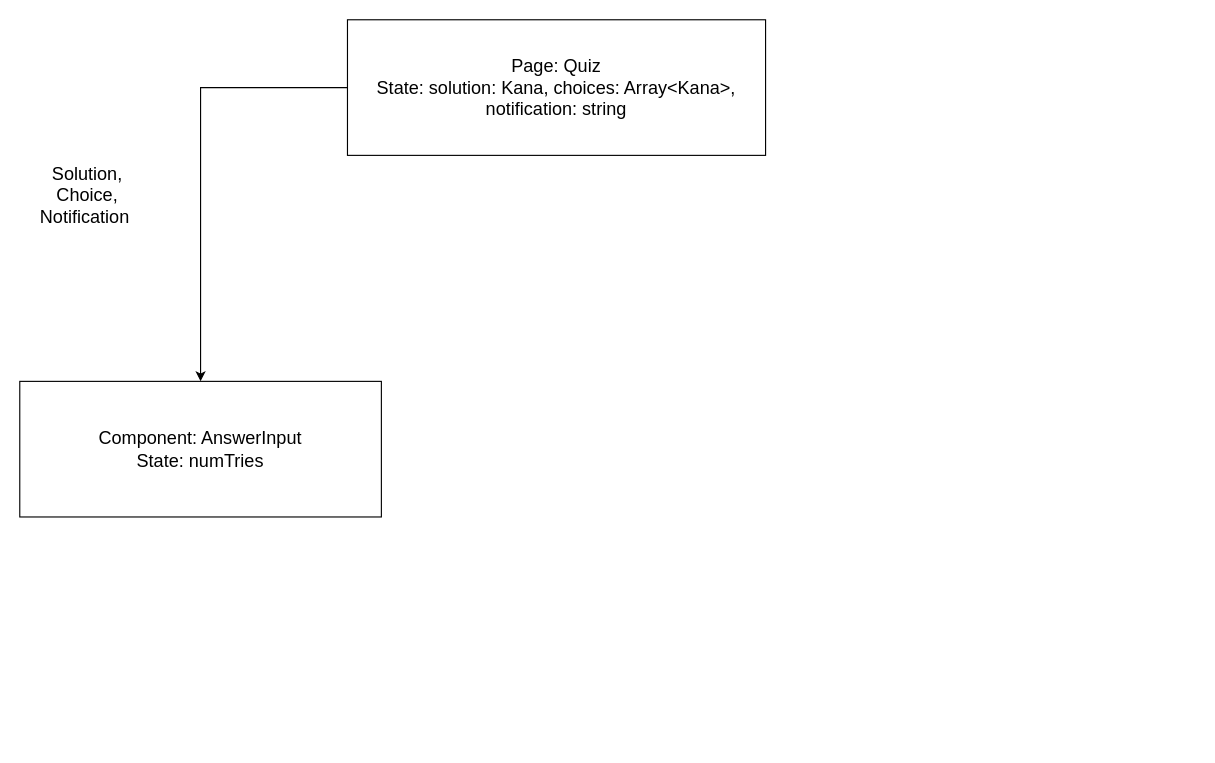
jdsmith104/endless-kana keeps this draw.io diagram as page "UI Component Tree" (3 of 6) of Endless Kana Design v0.drawio. Above is the earlier version. Source tidied: cells renumbered, new cells numbered last; positions are measured from the earlier drawing's top-left corner, leaving out a move shared by most shapes. Both pictures are drawn from the tidied source at 113%, with x=0, y=0 at pixel (19, 19).
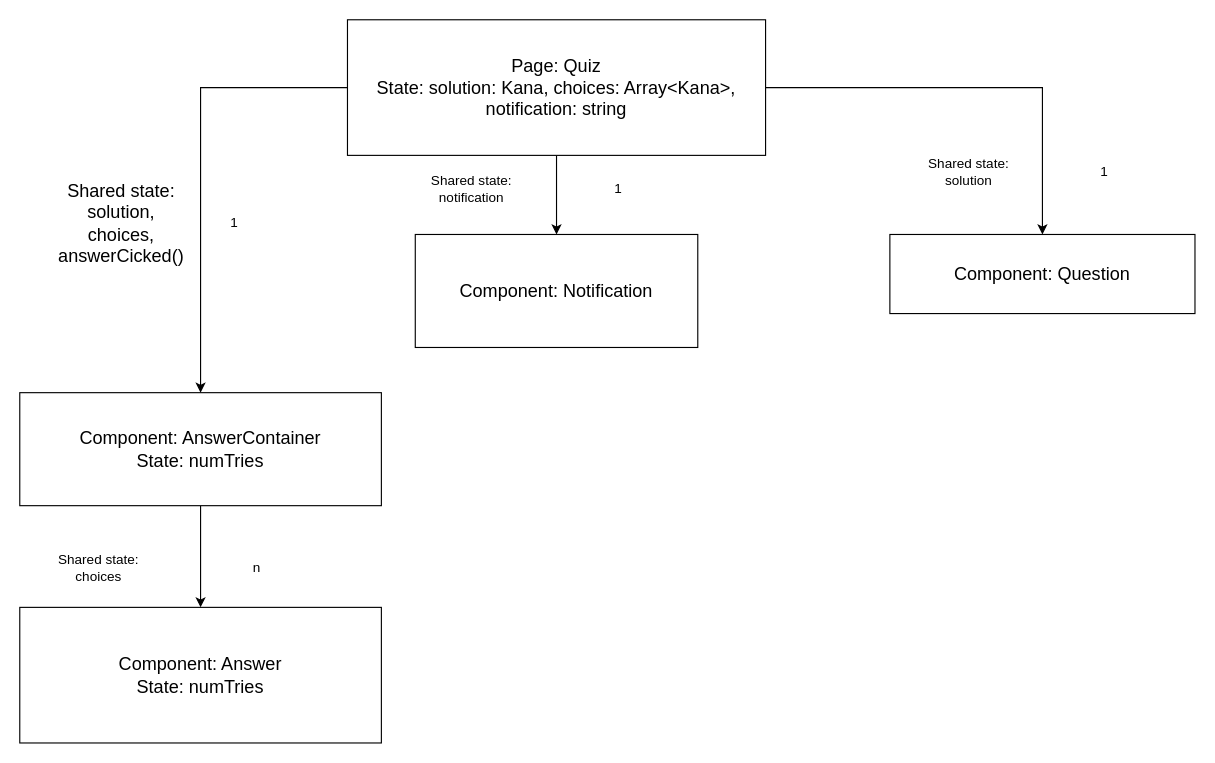
After the change.

Unchanged cells that the change refers to:
```xml
<mxCell id="3" value="Page: Quiz&lt;br&gt;State: solution: Kana, choices: Array&amp;lt;Kana&amp;gt;, notification: string" style="rounded=0;whiteSpace=wrap;html=1;fontSize=16;" parent="1" vertex="1">
  <mxGeometry x="290" width="370" height="120" as="geometry" />
</mxCell>
```

The edit, as a diff of the source:
```diff
@@
+    <mxCell id="6" style="edgeStyle=orthogonalEdgeStyle;rounded=0;jettySize=auto;html=1;" parent="1" edge="1" source="3" target="13">
+      <mxGeometry relative="1" as="geometry" />
+    </mxCell>
+    <mxCell id="7" style="edgeStyle=orthogonalEdgeStyle;rounded=0;jettySize=auto;html=1;entryX=0.5;entryY=0;entryDx=0;entryDy=0;" parent="1" edge="1" source="3" target="16">
+      <mxGeometry relative="1" as="geometry" />
+    </mxCell>
@@
+    <mxCell id="8" style="edgeStyle=orthogonalEdgeStyle;rounded=0;jettySize=auto;html=1;" parent="1" edge="1" source="4" target="10">
+      <mxGeometry relative="1" as="geometry" />
+    </mxCell>
-    <mxCell id="4" value="Component: AnswerInput&lt;br&gt;State: numTries" style="rounded=0;whiteSpace=wrap;html=1;fontSize=16;" parent="1" vertex="1">
-      <mxGeometry y="320" width="320" height="120" as="geometry" />
+    <mxCell id="4" value="Component: AnswerContainer&lt;br&gt;State: numTries" style="rounded=0;whiteSpace=wrap;html=1;fontSize=16;" parent="1" vertex="1">
+      <mxGeometry y="330" width="320" height="100" as="geometry" />
     </mxCell>
-    <mxCell id="5" value="Solution,&lt;br&gt;Choice,&lt;br&gt;Notification&amp;nbsp;" style="text;html=1;strokeColor=none;fillColor=none;align=center;verticalAlign=middle;whiteSpace=wrap;rounded=0;fontSize=16;" parent="1" vertex="1">
-      <mxGeometry x="30" y="140" width="60" height="30" as="geometry" />
+    <mxCell id="5" value="Shared state: solution,&lt;br&gt;choices,&lt;br&gt;answerCicked() " style="text;html=1;strokeColor=none;fillColor=none;align=center;verticalAlign=middle;whiteSpace=wrap;rounded=0;fontSize=16;" parent="1" vertex="1">
+      <mxGeometry x="20" y="130" width="140" height="100" as="geometry" />
     </mxCell>
+    <mxCell id="9" value="1" style="text;html=1;strokeColor=none;fillColor=none;align=center;verticalAlign=middle;whiteSpace=wrap;rounded=0;" parent="1" vertex="1">
+      <mxGeometry x="160" y="165" width="60" height="30" as="geometry" />
+    </mxCell>
+    <mxCell id="10" value="Component: Answer&lt;br&gt;State: numTries" style="rounded=0;whiteSpace=wrap;html=1;fontSize=16;" parent="1" vertex="1">
+      <mxGeometry y="520" width="320" height="120" as="geometry" />
+    </mxCell>
+    <mxCell id="11" value="Shared state: choices" style="text;html=1;strokeColor=none;fillColor=none;align=center;verticalAlign=middle;whiteSpace=wrap;rounded=0;" parent="1" vertex="1">
+      <mxGeometry x="20" y="470" width="100" height="30" as="geometry" />
+    </mxCell>
+    <mxCell id="12" value="n" style="text;html=1;strokeColor=none;fillColor=none;align=center;verticalAlign=middle;whiteSpace=wrap;rounded=0;" parent="1" vertex="1">
+      <mxGeometry x="180" y="470" width="60" height="30" as="geometry" />
+    </mxCell>
+    <mxCell id="13" value="Component: Notification" style="rounded=0;whiteSpace=wrap;html=1;fontSize=16;" parent="1" vertex="1">
+      <mxGeometry x="350" y="190" width="250" height="100" as="geometry" />
+    </mxCell>
+    <mxCell id="14" value="Shared state: notification" style="text;html=1;strokeColor=none;fillColor=none;align=center;verticalAlign=middle;whiteSpace=wrap;rounded=0;" parent="1" vertex="1">
+      <mxGeometry x="350" y="135" width="100" height="30" as="geometry" />
+    </mxCell>
+    <mxCell id="15" value="1" style="text;html=1;strokeColor=none;fillColor=none;align=center;verticalAlign=middle;whiteSpace=wrap;rounded=0;" parent="1" vertex="1">
+      <mxGeometry x="500" y="135" width="60" height="30" as="geometry" />
+    </mxCell>
+    <mxCell id="16" value="Component: Question" style="rounded=0;whiteSpace=wrap;html=1;fontSize=16;" parent="1" vertex="1">
+      <mxGeometry x="770" y="190" width="270" height="70" as="geometry" />
+    </mxCell>
+    <mxCell id="17" value="Shared state: solution" style="text;html=1;strokeColor=none;fillColor=none;align=center;verticalAlign=middle;whiteSpace=wrap;rounded=0;" parent="1" vertex="1">
+      <mxGeometry x="790" y="120" width="100" height="30" as="geometry" />
+    </mxCell>
+    <mxCell id="18" value="1" style="text;html=1;strokeColor=none;fillColor=none;align=center;verticalAlign=middle;whiteSpace=wrap;rounded=0;" parent="1" vertex="1">
+      <mxGeometry x="930" y="120" width="60" height="30" as="geometry" />
+    </mxCell>
```
